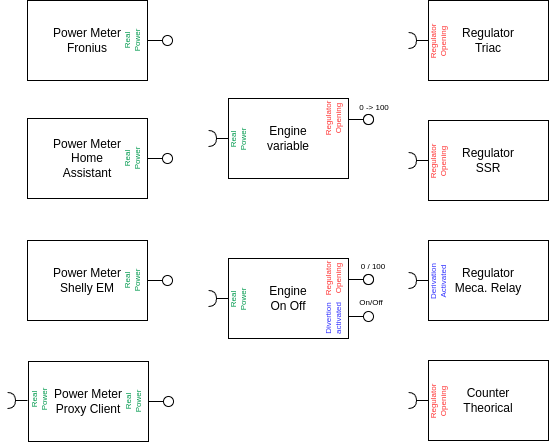
ghisch/Solar-Router-for-ESPHome keeps this draw.io diagram as docs/images/packages.drawio.png. Above is the earlier version. Source tidied: cells renumbered, new cells last; positions are measured from the earlier drawing's top-left corner, leaving out a move shared by most shapes.
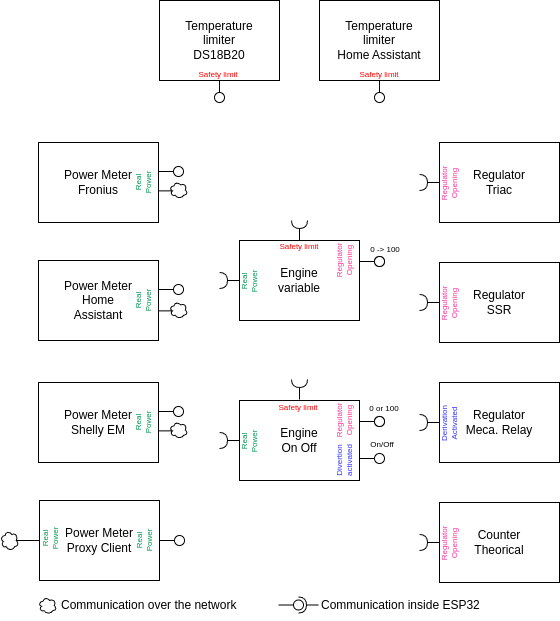
After the commit.

The edit, as a diff of the source:
```diff
@@ -7,7 +7,7 @@
     </mxCell>
     <mxCell id="3" style="rounded=0;jettySize=auto;html=1;endArrow=none;endFill=0;sketch=0;sourcePerimeterSpacing=0;targetPerimeterSpacing=0;" parent="1" edge="1" target="5">
       <mxGeometry relative="1" as="geometry">
-        <mxPoint x="140" y="40" as="sourcePoint" />
+        <mxPoint x="140" y="29" as="sourcePoint" />
       </mxGeometry>
     </mxCell>
     <mxCell id="4" style="rounded=0;orthogonalLoop=1;jettySize=auto;html=1;endArrow=halfCircle;endFill=0;entryX=0.5;entryY=0.5;endSize=6;strokeWidth=1;sketch=0;" parent="1" edge="1">
@@ -17,7 +17,7 @@
       </mxGeometry>
     </mxCell>
     <mxCell id="5" style="ellipse;whiteSpace=wrap;html=1;align=center;points=[];outlineConnect=0;sketch=0;" parent="1" vertex="1">
-      <mxGeometry x="155" y="35" width="10" height="10" as="geometry" />
+      <mxGeometry x="155" y="24" width="10" height="10" as="geometry" />
     </mxCell>
     <mxCell id="6" value="Engine&lt;br&gt;variable" style="rounded=0;whiteSpace=wrap;html=1;" parent="1" vertex="1">
       <mxGeometry x="221" y="98" width="120" height="80" as="geometry" />
@@ -50,7 +50,7 @@
     <mxCell id="13" style="ellipse;whiteSpace=wrap;html=1;align=center;points=[];outlineConnect=0;sketch=0;" parent="1" vertex="1">
       <mxGeometry x="356" y="311" width="10" height="10" as="geometry" />
     </mxCell>
-    <mxCell id="14" value="Regulator&lt;br style=&quot;font-size: 8px;&quot;&gt;Opening" style="text;html=1;strokeColor=none;fillColor=none;align=center;verticalAlign=middle;whiteSpace=wrap;rounded=0;rotation=-90;fontSize=8;fontColor=#FF3333;" parent="1" vertex="1">
+    <mxCell id="14" value="Regulator&lt;br style=&quot;font-size: 8px;&quot;&gt;Opening" style="text;html=1;strokeColor=none;fillColor=none;align=center;verticalAlign=middle;whiteSpace=wrap;rounded=0;rotation=-90;fontSize=8;fontColor=#FF3399;" parent="1" vertex="1">
       <mxGeometry x="296" y="103" width="60" height="30" as="geometry" />
     </mxCell>
     <mxCell id="15" style="rounded=0;jettySize=auto;html=1;endArrow=none;endFill=0;sketch=0;sourcePerimeterSpacing=0;targetPerimeterSpacing=0;" parent="1" edge="1" target="16">
@@ -69,7 +69,7 @@
     <mxCell id="18" style="ellipse;whiteSpace=wrap;html=1;align=center;points=[];outlineConnect=0;sketch=0;" parent="1" vertex="1">
       <mxGeometry x="356" y="274" width="10" height="10" as="geometry" />
     </mxCell>
-    <mxCell id="19" value="Regulator&lt;br style=&quot;font-size: 8px;&quot;&gt;Opening" style="text;html=1;strokeColor=none;fillColor=none;align=center;verticalAlign=middle;whiteSpace=wrap;rounded=0;rotation=-90;fontSize=8;fontColor=#FF3333;" parent="1" vertex="1">
+    <mxCell id="19" value="Regulator&lt;br style=&quot;font-size: 8px;&quot;&gt;Opening" style="text;html=1;strokeColor=none;fillColor=none;align=center;verticalAlign=middle;whiteSpace=wrap;rounded=0;rotation=-90;fontSize=8;fontColor=#FF3399;" parent="1" vertex="1">
       <mxGeometry x="296" y="263" width="60" height="30" as="geometry" />
     </mxCell>
     <mxCell id="20" style="rounded=0;jettySize=auto;html=1;endArrow=none;endFill=0;sketch=0;sourcePerimeterSpacing=0;targetPerimeterSpacing=0;" parent="1" edge="1" target="21">
@@ -92,7 +92,7 @@
     <mxCell id="25" value="0 -&amp;gt; 100" style="text;html=1;strokeColor=none;fillColor=none;align=center;verticalAlign=middle;whiteSpace=wrap;rounded=0;fontSize=8;" parent="1" vertex="1">
       <mxGeometry x="337" y="98" width="60" height="17" as="geometry" />
     </mxCell>
-    <mxCell id="26" value="0 / 100" style="text;html=1;strokeColor=none;fillColor=none;align=center;verticalAlign=middle;whiteSpace=wrap;rounded=0;fontSize=8;" parent="1" vertex="1">
+    <mxCell id="26" value="0 or 100" style="text;html=1;strokeColor=none;fillColor=none;align=center;verticalAlign=middle;whiteSpace=wrap;rounded=0;fontSize=8;" parent="1" vertex="1">
       <mxGeometry x="336" y="251" width="60" height="30" as="geometry" />
     </mxCell>
     <mxCell id="27" value="On/Off" style="text;html=1;strokeColor=none;fillColor=none;align=center;verticalAlign=middle;whiteSpace=wrap;rounded=0;fontSize=8;" parent="1" vertex="1">
@@ -107,7 +107,7 @@
     <mxCell id="29" value="Regulator&lt;br&gt;SSR" style="rounded=0;whiteSpace=wrap;html=1;" parent="1" vertex="1">
       <mxGeometry x="421" y="120" width="120" height="80" as="geometry" />
     </mxCell>
-    <mxCell id="30" value="Regulator&lt;br&gt;Opening" style="text;html=1;strokeColor=none;fillColor=none;align=center;verticalAlign=middle;whiteSpace=wrap;rounded=0;rotation=-90;fontSize=8;fontColor=#FF3333;" parent="1" vertex="1">
+    <mxCell id="30" value="Regulator&lt;br&gt;Opening" style="text;html=1;strokeColor=none;fillColor=none;align=center;verticalAlign=middle;whiteSpace=wrap;rounded=0;rotation=-90;fontSize=8;fontColor=#FF3399;" parent="1" vertex="1">
       <mxGeometry x="401" y="146" width="60" height="30" as="geometry" />
     </mxCell>
     <mxCell id="31" style="rounded=0;orthogonalLoop=1;jettySize=auto;html=1;endArrow=halfCircle;endFill=0;entryX=0.5;entryY=0.5;endSize=6;strokeWidth=1;sketch=0;" parent="1" edge="1">
@@ -119,7 +119,7 @@
     <mxCell id="32" value="Regulator&lt;br&gt;Triac" style="rounded=0;whiteSpace=wrap;html=1;" parent="1" vertex="1">
       <mxGeometry x="421" width="120" height="80" as="geometry" />
     </mxCell>
-    <mxCell id="33" value="Regulator&lt;br&gt;Opening" style="text;html=1;strokeColor=none;fillColor=none;align=center;verticalAlign=middle;whiteSpace=wrap;rounded=0;rotation=-90;fontSize=8;fontColor=#FF3333;" parent="1" vertex="1">
+    <mxCell id="33" value="Regulator&lt;br&gt;Opening" style="text;html=1;strokeColor=none;fillColor=none;align=center;verticalAlign=middle;whiteSpace=wrap;rounded=0;rotation=-90;fontSize=8;fontColor=#FF3399;" parent="1" vertex="1">
       <mxGeometry x="401" y="26" width="60" height="30" as="geometry" />
     </mxCell>
     <mxCell id="34" style="rounded=0;orthogonalLoop=1;jettySize=auto;html=1;endArrow=halfCircle;endFill=0;entryX=0.5;entryY=0.5;endSize=6;strokeWidth=1;sketch=0;" parent="1" edge="1">
@@ -143,7 +143,7 @@
     <mxCell id="38" value="Counter&lt;br&gt;Theorical" style="rounded=0;whiteSpace=wrap;html=1;" parent="1" vertex="1">
       <mxGeometry x="421" y="360" width="120" height="80" as="geometry" />
     </mxCell>
-    <mxCell id="39" value="Regulator&lt;br&gt;Opening" style="text;html=1;strokeColor=none;fillColor=none;align=center;verticalAlign=middle;whiteSpace=wrap;rounded=0;rotation=-90;fontSize=8;fontColor=#FF3333;" parent="1" vertex="1">
+    <mxCell id="39" value="Regulator&lt;br&gt;Opening" style="text;html=1;strokeColor=none;fillColor=none;align=center;verticalAlign=middle;whiteSpace=wrap;rounded=0;rotation=-90;fontSize=8;fontColor=#FF3399;" parent="1" vertex="1">
       <mxGeometry x="401" y="386" width="60" height="30" as="geometry" />
     </mxCell>
     <mxCell id="40" value="Power Meter&lt;br&gt;Home&lt;br&gt;Assistant" style="rounded=0;whiteSpace=wrap;html=1;align=center;" parent="1" vertex="1">
@@ -151,11 +151,11 @@
     </mxCell>
     <mxCell id="41" style="rounded=0;jettySize=auto;html=1;endArrow=none;endFill=0;sketch=0;sourcePerimeterSpacing=0;targetPerimeterSpacing=0;" parent="1" edge="1" target="42">
       <mxGeometry relative="1" as="geometry">
-        <mxPoint x="140" y="158" as="sourcePoint" />
+        <mxPoint x="140" y="147" as="sourcePoint" />
       </mxGeometry>
     </mxCell>
     <mxCell id="42" style="ellipse;whiteSpace=wrap;html=1;align=center;points=[];outlineConnect=0;sketch=0;" parent="1" vertex="1">
-      <mxGeometry x="155" y="153" width="10" height="10" as="geometry" />
+      <mxGeometry x="155" y="142" width="10" height="10" as="geometry" />
     </mxCell>
     <mxCell id="43" value="Real&lt;br&gt;Power" style="text;html=1;strokeColor=none;fillColor=none;align=center;verticalAlign=middle;whiteSpace=wrap;rounded=0;rotation=-90;fontSize=8;fontColor=#00994D;" parent="1" vertex="1">
       <mxGeometry x="95" y="143" width="60" height="30" as="geometry" />
@@ -165,37 +165,132 @@
     </mxCell>
     <mxCell id="45" style="rounded=0;jettySize=auto;html=1;endArrow=none;endFill=0;sketch=0;sourcePerimeterSpacing=0;targetPerimeterSpacing=0;" parent="1" edge="1" target="46">
       <mxGeometry relative="1" as="geometry">
-        <mxPoint x="140" y="280" as="sourcePoint" />
+        <mxPoint x="140" y="269" as="sourcePoint" />
       </mxGeometry>
     </mxCell>
     <mxCell id="46" style="ellipse;whiteSpace=wrap;html=1;align=center;points=[];outlineConnect=0;sketch=0;" parent="1" vertex="1">
-      <mxGeometry x="155" y="275" width="10" height="10" as="geometry" />
+      <mxGeometry x="155" y="264" width="10" height="10" as="geometry" />
     </mxCell>
     <mxCell id="47" value="Real&lt;br&gt;Power" style="text;html=1;strokeColor=none;fillColor=none;align=center;verticalAlign=middle;whiteSpace=wrap;rounded=0;rotation=-90;fontSize=8;fontColor=#00994D;" parent="1" vertex="1">
       <mxGeometry x="95" y="265" width="60" height="30" as="geometry" />
     </mxCell>
     <mxCell id="48" value="Power Meter&lt;br&gt;Proxy Client" style="rounded=0;whiteSpace=wrap;html=1;align=center;" parent="1" vertex="1">
-      <mxGeometry x="21" y="361" width="120" height="80" as="geometry" />
+      <mxGeometry x="21" y="358" width="120" height="80" as="geometry" />
     </mxCell>
     <mxCell id="49" style="rounded=0;jettySize=auto;html=1;endArrow=none;endFill=0;sketch=0;sourcePerimeterSpacing=0;targetPerimeterSpacing=0;" parent="1" edge="1" target="50">
       <mxGeometry relative="1" as="geometry">
-        <mxPoint x="141" y="401" as="sourcePoint" />
+        <mxPoint x="141" y="398" as="sourcePoint" />
       </mxGeometry>
     </mxCell>
     <mxCell id="50" style="ellipse;whiteSpace=wrap;html=1;align=center;points=[];outlineConnect=0;sketch=0;" parent="1" vertex="1">
-      <mxGeometry x="156" y="396" width="10" height="10" as="geometry" />
+      <mxGeometry x="156" y="393" width="10" height="10" as="geometry" />
     </mxCell>
     <mxCell id="51" value="Real&lt;br&gt;Power" style="text;html=1;strokeColor=none;fillColor=none;align=center;verticalAlign=middle;whiteSpace=wrap;rounded=0;rotation=-90;fontSize=8;fontColor=#00994D;" parent="1" vertex="1">
-      <mxGeometry x="96" y="386" width="60" height="30" as="geometry" />
+      <mxGeometry x="96" y="383" width="60" height="30" as="geometry" />
     </mxCell>
-    <mxCell id="52" style="rounded=0;orthogonalLoop=1;jettySize=auto;html=1;endArrow=halfCircle;endFill=0;entryX=0.5;entryY=0.5;endSize=6;strokeWidth=1;sketch=0;" parent="1" edge="1">
-      <mxGeometry relative="1" as="geometry">
-        <mxPoint x="20" y="400" as="sourcePoint" />
-        <mxPoint y="400" as="targetPoint" />
-      </mxGeometry>
-    </mxCell>
     <mxCell id="53" value="Real&lt;br&gt;Power" style="text;html=1;strokeColor=none;fillColor=none;align=center;verticalAlign=middle;whiteSpace=wrap;rounded=0;rotation=-90;fontSize=8;fontColor=#00994D;" parent="1" vertex="1">
-      <mxGeometry x="2" y="384" width="60" height="30" as="geometry" />
+      <mxGeometry x="2" y="381" width="60" height="30" as="geometry" />
     </mxCell>
+    <mxCell id="54" style="edgeStyle=none;html=1;exitX=0.841;exitY=0.497;exitDx=0;exitDy=0;exitPerimeter=0;endArrow=none;endFill=0;" parent="1" edge="1" source="55" target="48">
+      <mxGeometry relative="1" as="geometry" />
+    </mxCell>
+    <mxCell id="55" style="ellipse;shape=cloud;whiteSpace=wrap;html=1;" parent="1" vertex="1">
+      <mxGeometry x="-18" y="388" width="18" height="20" as="geometry" />
+    </mxCell>
+    <mxCell id="56" style="rounded=0;orthogonalLoop=1;jettySize=auto;html=1;endArrow=none;endFill=0;sketch=0;sourcePerimeterSpacing=0;targetPerimeterSpacing=0;" parent="1" edge="1">
+      <mxGeometry relative="1" as="geometry">
+        <mxPoint x="140" y="48.4" as="sourcePoint" />
+        <mxPoint x="155" y="48.4" as="targetPoint" />
+      </mxGeometry>
+    </mxCell>
+    <mxCell id="57" style="ellipse;shape=cloud;whiteSpace=wrap;html=1;" parent="1" vertex="1">
+      <mxGeometry x="151" y="39" width="18" height="17" as="geometry" />
+    </mxCell>
+    <mxCell id="58" style="rounded=0;orthogonalLoop=1;jettySize=auto;html=1;endArrow=none;endFill=0;sketch=0;sourcePerimeterSpacing=0;targetPerimeterSpacing=0;" parent="1" edge="1">
+      <mxGeometry relative="1" as="geometry">
+        <mxPoint x="140" y="168.4" as="sourcePoint" />
+        <mxPoint x="155" y="168.4" as="targetPoint" />
+      </mxGeometry>
+    </mxCell>
+    <mxCell id="59" style="ellipse;shape=cloud;whiteSpace=wrap;html=1;" parent="1" vertex="1">
+      <mxGeometry x="151" y="159" width="18" height="17" as="geometry" />
+    </mxCell>
+    <mxCell id="60" style="rounded=0;orthogonalLoop=1;jettySize=auto;html=1;endArrow=none;endFill=0;sketch=0;sourcePerimeterSpacing=0;targetPerimeterSpacing=0;" parent="1" edge="1">
+      <mxGeometry relative="1" as="geometry">
+        <mxPoint x="140" y="288.4" as="sourcePoint" />
+        <mxPoint x="155" y="288.4" as="targetPoint" />
+      </mxGeometry>
+    </mxCell>
+    <mxCell id="61" style="ellipse;shape=cloud;whiteSpace=wrap;html=1;" parent="1" vertex="1">
+      <mxGeometry x="151" y="279" width="18" height="17" as="geometry" />
+    </mxCell>
+    <mxCell id="62" style="ellipse;shape=cloud;whiteSpace=wrap;html=1;" parent="1" vertex="1">
+      <mxGeometry x="20" y="454.5" width="18" height="17" as="geometry" />
+    </mxCell>
+    <mxCell id="63" value="Communication over the network" style="text;html=1;strokeColor=none;fillColor=none;align=left;verticalAlign=middle;whiteSpace=wrap;rounded=0;" parent="1" vertex="1">
+      <mxGeometry x="41" y="448" width="200" height="30" as="geometry" />
+    </mxCell>
+    <mxCell id="64" style="rounded=0;jettySize=auto;html=1;endArrow=none;endFill=0;sketch=0;sourcePerimeterSpacing=0;targetPerimeterSpacing=0;" parent="1" edge="1" target="66">
+      <mxGeometry relative="1" as="geometry">
+        <mxPoint x="260" y="462.5" as="sourcePoint" />
+      </mxGeometry>
+    </mxCell>
+    <mxCell id="65" style="rounded=0;jettySize=auto;html=1;endArrow=halfCircle;endFill=0;entryX=0.5;entryY=0.5;endSize=6;strokeWidth=1;sketch=0;" parent="1" edge="1" target="66">
+      <mxGeometry relative="1" as="geometry">
+        <mxPoint x="300" y="462.5" as="sourcePoint" />
+      </mxGeometry>
+    </mxCell>
+    <mxCell id="66" style="ellipse;whiteSpace=wrap;html=1;align=center;points=[];outlineConnect=0;sketch=0;" parent="1" vertex="1">
+      <mxGeometry x="275" y="457.5" width="10" height="10" as="geometry" />
+    </mxCell>
+    <mxCell id="67" value="Communication inside ESP32" style="text;html=1;strokeColor=none;fillColor=none;align=left;verticalAlign=middle;whiteSpace=wrap;rounded=0;" parent="1" vertex="1">
+      <mxGeometry x="301" y="448" width="200" height="30" as="geometry" />
+    </mxCell>
+    <mxCell id="68" style="rounded=0;jettySize=auto;html=1;endArrow=none;endFill=0;sketch=0;sourcePerimeterSpacing=0;targetPerimeterSpacing=0;rotation=90;" parent="1" edge="1" target="70">
+      <mxGeometry relative="1" as="geometry">
+        <mxPoint x="201" y="-62" as="sourcePoint" />
+      </mxGeometry>
+    </mxCell>
+    <mxCell id="69" style="rounded=0;orthogonalLoop=1;jettySize=auto;html=1;endArrow=halfCircle;endFill=0;endSize=6;strokeWidth=1;sketch=0;exitX=0.5;exitY=0.5;exitDx=0;exitDy=0;rotation=90;" parent="1" edge="1">
+      <mxGeometry relative="1" as="geometry">
+        <mxPoint x="281" y="98" as="sourcePoint" />
+        <mxPoint x="281" y="78" as="targetPoint" />
+      </mxGeometry>
+    </mxCell>
+    <mxCell id="70" style="ellipse;whiteSpace=wrap;html=1;align=center;points=[];outlineConnect=0;sketch=0;rotation=180;" parent="1" vertex="1">
+      <mxGeometry x="196" y="-50" width="10" height="10" as="geometry" />
+    </mxCell>
+    <mxCell id="71" value="Temperature&lt;br&gt;limiter&lt;br&gt;DS18B20" style="rounded=0;whiteSpace=wrap;html=1;align=center;" parent="1" vertex="1">
+      <mxGeometry x="141" y="-142" width="120" height="80" as="geometry" />
+    </mxCell>
+    <mxCell id="72" style="rounded=0;jettySize=auto;html=1;endArrow=none;endFill=0;sketch=0;sourcePerimeterSpacing=0;targetPerimeterSpacing=0;rotation=90;" parent="1" edge="1" target="73">
+      <mxGeometry relative="1" as="geometry">
+        <mxPoint x="361" y="-62" as="sourcePoint" />
+      </mxGeometry>
+    </mxCell>
+    <mxCell id="73" style="ellipse;whiteSpace=wrap;html=1;align=center;points=[];outlineConnect=0;sketch=0;rotation=180;" parent="1" vertex="1">
+      <mxGeometry x="356" y="-50" width="10" height="10" as="geometry" />
+    </mxCell>
+    <mxCell id="74" value="Temperature&lt;br&gt;limiter&lt;br&gt;Home Assistant" style="rounded=0;whiteSpace=wrap;html=1;align=center;" parent="1" vertex="1">
+      <mxGeometry x="301" y="-142" width="120" height="80" as="geometry" />
+    </mxCell>
+    <mxCell id="75" style="rounded=0;orthogonalLoop=1;jettySize=auto;html=1;endArrow=halfCircle;endFill=0;endSize=6;strokeWidth=1;sketch=0;exitX=0.5;exitY=0.5;exitDx=0;exitDy=0;rotation=90;" parent="1" edge="1">
+      <mxGeometry relative="1" as="geometry">
+        <mxPoint x="281" y="257" as="sourcePoint" />
+        <mxPoint x="281" y="237" as="targetPoint" />
+      </mxGeometry>
+    </mxCell>
+    <mxCell id="76" value="&lt;font color=&quot;#ff0000&quot; style=&quot;font-size: 8px;&quot;&gt;Safety limit&lt;/font&gt;" style="text;html=1;strokeColor=none;fillColor=none;align=center;verticalAlign=middle;whiteSpace=wrap;rounded=0;fontColor=#FF3399;" parent="1" vertex="1">
+      <mxGeometry x="170" y="-84" width="60" height="30" as="geometry" />
+    </mxCell>
+    <mxCell id="77" value="&lt;font color=&quot;#ff0000&quot; style=&quot;font-size: 8px;&quot;&gt;Safety limit&lt;/font&gt;" style="text;html=1;strokeColor=none;fillColor=none;align=center;verticalAlign=middle;whiteSpace=wrap;rounded=0;fontColor=#FF3399;" parent="1" vertex="1">
+      <mxGeometry x="331" y="-84" width="60" height="30" as="geometry" />
+    </mxCell>
+    <mxCell id="78" value="&lt;font color=&quot;#ff0000&quot; style=&quot;font-size: 8px;&quot;&gt;Safety limit&lt;/font&gt;" style="text;html=1;strokeColor=none;fillColor=none;align=center;verticalAlign=middle;whiteSpace=wrap;rounded=0;fontColor=#FF3399;" parent="1" vertex="1">
+      <mxGeometry x="251" y="88" width="60" height="30" as="geometry" />
+    </mxCell>
+    <mxCell id="79" value="&lt;font color=&quot;#ff0000&quot; style=&quot;font-size: 8px;&quot;&gt;Safety limit&lt;/font&gt;" style="text;html=1;strokeColor=none;fillColor=none;align=center;verticalAlign=middle;whiteSpace=wrap;rounded=0;fontColor=#FF3399;" parent="1" vertex="1">
+      <mxGeometry x="250" y="249" width="60" height="30" as="geometry" />
+    </mxCell>
   </root>
 </mxGraphModel>
```
